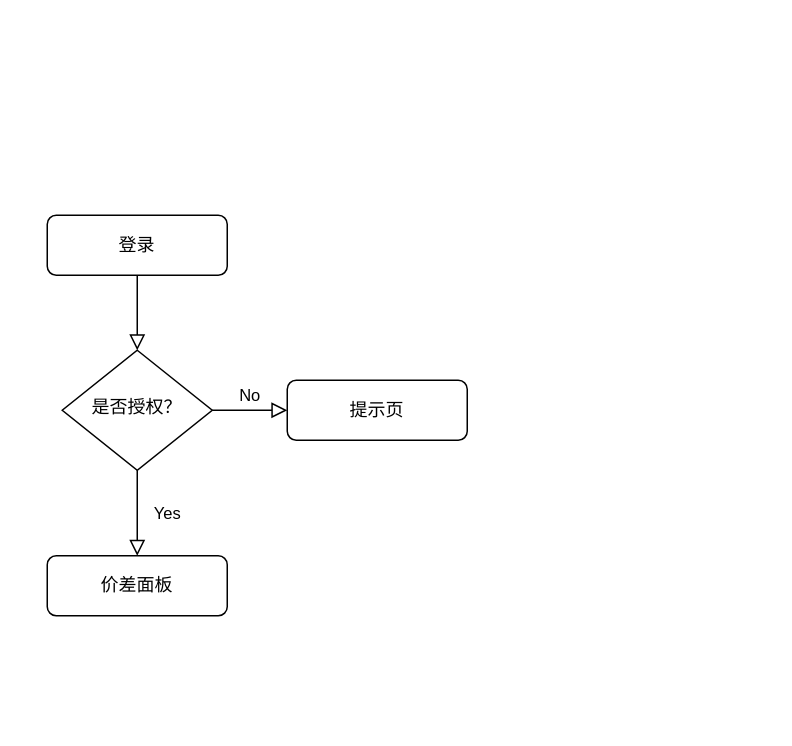
Earlier version of the draw.io diagram 价差面板.drawio (githubLogger/ProjectDocument). Source tidied: cells renumbered, new cells numbered last; positions are measured from the earlier drawing's top-left corner, leaving out a move shared by most shapes. Both pictures are drawn from the tidied source at 150%, with x=0, y=0 at pixel (46, 214).
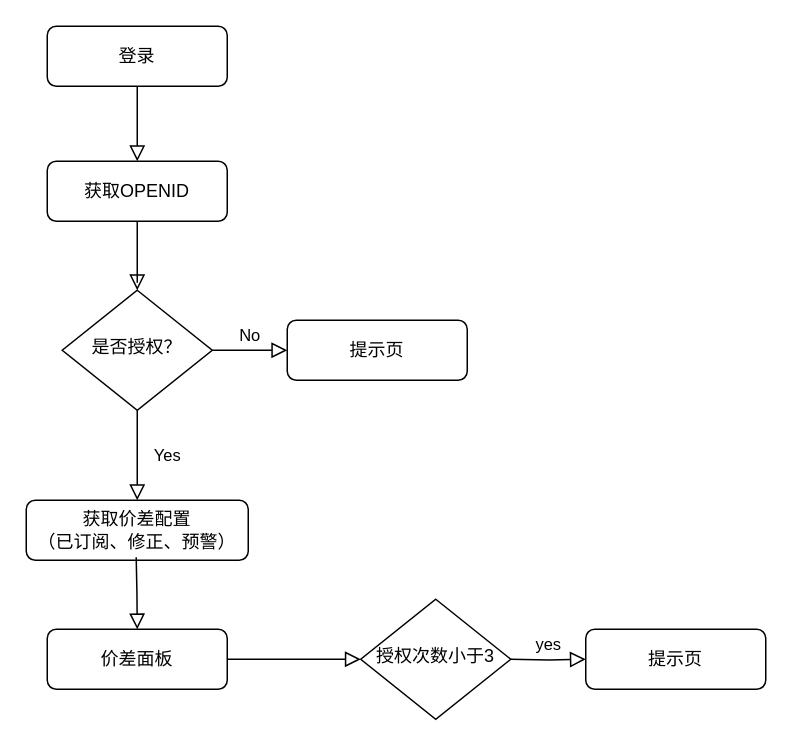
Above is the later version.

Commit message:
更新价差面板.drawio

What changed in the source:
```diff
@@
-    <mxCell id="2" style="rounded=0;html=1;jettySize=auto;fontSize=11;endArrow=block;endFill=0;endSize=8;strokeWidth=1;shadow=0;labelBackgroundColor=none;edgeStyle=orthogonalEdgeStyle;" parent="1" edge="1" source="3" target="6">
+    <mxCell id="2" style="rounded=0;html=1;jettySize=auto;fontSize=11;endArrow=block;endFill=0;endSize=8;strokeWidth=1;shadow=0;labelBackgroundColor=none;edgeStyle=orthogonalEdgeStyle;entryX=0.5;entryY=0;entryDx=0;entryDy=0;" parent="1" edge="1" source="3" target="9">
       <mxGeometry relative="1" as="geometry" />
     </mxCell>
     <mxCell id="3" value="登录" style="rounded=1;whiteSpace=wrap;html=1;fontSize=12;glass=0;strokeWidth=1;shadow=0;" parent="1" vertex="1">
-      <mxGeometry width="120" height="40" as="geometry" />
+      <mxGeometry y="-126" width="120" height="40" as="geometry" />
     </mxCell>
-    <mxCell id="4" value="Yes" style="rounded=0;html=1;jettySize=auto;fontSize=11;endArrow=block;endFill=0;endSize=8;strokeWidth=1;shadow=0;labelBackgroundColor=none;edgeStyle=orthogonalEdgeStyle;entryX=0.5;entryY=0;entryDx=0;entryDy=0;" parent="1" edge="1" source="6" target="8">
+    <mxCell id="4" value="Yes" style="rounded=0;html=1;jettySize=auto;fontSize=11;endArrow=block;endFill=0;endSize=8;strokeWidth=1;shadow=0;labelBackgroundColor=none;edgeStyle=orthogonalEdgeStyle;entryX=0.5;entryY=0;entryDx=0;entryDy=0;" parent="1" edge="1" source="6" target="15">
       <mxGeometry y="20" relative="1" as="geometry" />
     </mxCell>
@@
     <mxCell id="6" value="是否授权？" style="rhombus;whiteSpace=wrap;html=1;shadow=0;fontFamily=Helvetica;fontSize=12;align=center;strokeWidth=1;spacing=6;spacingTop=-4;" parent="1" vertex="1">
-      <mxGeometry x="10" y="90" width="100" height="80" as="geometry" />
+      <mxGeometry x="10" y="50" width="100" height="80" as="geometry" />
     </mxCell>
     <mxCell id="7" value="提示页" style="rounded=1;whiteSpace=wrap;html=1;fontSize=12;glass=0;strokeWidth=1;shadow=0;" parent="1" vertex="1">
-      <mxGeometry x="160" y="110" width="120" height="40" as="geometry" />
+      <mxGeometry x="160" y="70" width="120" height="40" as="geometry" />
     </mxCell>
     <mxCell id="8" value="价差面板" style="rounded=1;whiteSpace=wrap;html=1;fontSize=12;glass=0;strokeWidth=1;shadow=0;" parent="1" vertex="1">
-      <mxGeometry y="227" width="120" height="40" as="geometry" />
+      <mxGeometry y="276" width="120" height="40" as="geometry" />
     </mxCell>
+    <mxCell id="9" value="获取OPENID" style="rounded=1;whiteSpace=wrap;html=1;fontSize=12;glass=0;strokeWidth=1;shadow=0;" parent="1" vertex="1">
+      <mxGeometry y="-36" width="120" height="40" as="geometry" />
+    </mxCell>
+    <mxCell id="10" style="rounded=0;html=1;jettySize=auto;fontSize=11;endArrow=block;endFill=0;endSize=8;strokeWidth=1;shadow=0;labelBackgroundColor=none;edgeStyle=orthogonalEdgeStyle;entryX=0.5;entryY=0;entryDx=0;entryDy=0;exitX=0.5;exitY=1;exitDx=0;exitDy=0;" parent="1" edge="1" source="9" target="6">
+      <mxGeometry relative="1" as="geometry">
+        <Array as="points">
+          <mxPoint x="60" y="45" />
+          <mxPoint x="60" y="45" />
+        </Array>
+      </mxGeometry>
+    </mxCell>
+    <mxCell id="11" value="授权次数小于3" style="rhombus;whiteSpace=wrap;html=1;shadow=0;fontFamily=Helvetica;fontSize=12;align=center;strokeWidth=1;spacing=6;spacingTop=-4;" parent="1" vertex="1">
+      <mxGeometry x="209" y="256" width="100" height="80" as="geometry" />
+    </mxCell>
+    <mxCell id="12" style="rounded=0;html=1;jettySize=auto;fontSize=11;endArrow=block;endFill=0;endSize=8;strokeWidth=1;shadow=0;labelBackgroundColor=none;edgeStyle=orthogonalEdgeStyle;entryX=0;entryY=0.5;entryDx=0;entryDy=0;exitX=1;exitY=0.5;exitDx=0;exitDy=0;" parent="1" edge="1" source="8" target="11">
+      <mxGeometry relative="1" as="geometry">
+        <Array as="points">
+          <mxPoint x="158" y="296" />
+          <mxPoint x="158" y="296" />
+        </Array>
+      </mxGeometry>
+    </mxCell>
+    <mxCell id="13" value="yes" style="edgeStyle=orthogonalEdgeStyle;rounded=0;html=1;jettySize=auto;fontSize=11;endArrow=block;endFill=0;endSize=8;strokeWidth=1;shadow=0;labelBackgroundColor=none;" parent="1" edge="1" target="14">
+      <mxGeometry y="10" relative="1" as="geometry">
+        <mxPoint x="309" y="296" as="sourcePoint" />
+      </mxGeometry>
+    </mxCell>
+    <mxCell id="14" value="提示页" style="rounded=1;whiteSpace=wrap;html=1;fontSize=12;glass=0;strokeWidth=1;shadow=0;" parent="1" vertex="1">
+      <mxGeometry x="359" y="276" width="120" height="40" as="geometry" />
+    </mxCell>
+    <mxCell id="15" value="获取价差配置&lt;br&gt;（已订阅、修正、预警）" style="rounded=1;whiteSpace=wrap;html=1;fontSize=12;glass=0;strokeWidth=1;shadow=0;" parent="1" vertex="1">
+      <mxGeometry x="-14" y="190" width="148" height="40" as="geometry" />
+    </mxCell>
+    <mxCell id="16" style="rounded=0;html=1;jettySize=auto;fontSize=11;endArrow=block;endFill=0;endSize=8;strokeWidth=1;shadow=0;labelBackgroundColor=none;edgeStyle=orthogonalEdgeStyle;entryX=0.5;entryY=0;entryDx=0;entryDy=0;" parent="1" edge="1" target="8">
+      <mxGeometry y="20" relative="1" as="geometry">
+        <mxPoint x="59.3" y="228" as="sourcePoint" />
+      </mxGeometry>
+    </mxCell>
```
